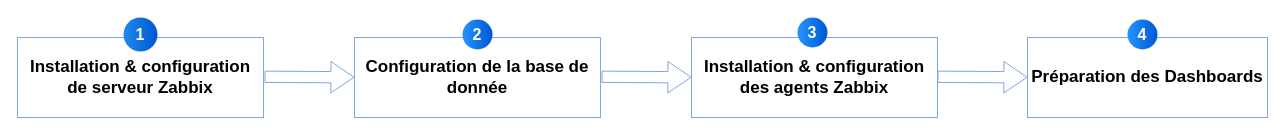
This is InstallationZabbix.drawio from eya-harbaoui/Diagramms, a draw.io file, before an edit. Source tidied: cells renumbered, new cells numbered last; positions are measured from the earlier drawing's top-left corner, leaving out a move shared by most shapes. Both pictures are drawn from the tidied source at 100%, with x=0, y=0 at pixel (17, 17).
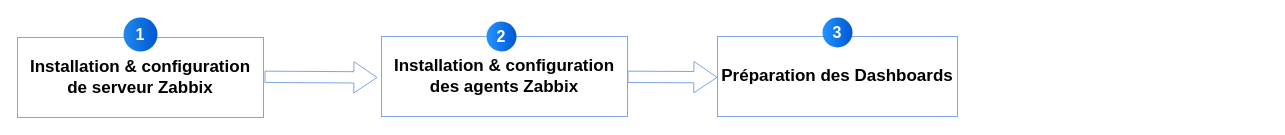
After the change.

Commit message:
Mettre à jour InstallationZabbix.drawio

The edit, as a diff of the source:
```diff
@@
 <mxGraphModel>
   <root>
     <mxCell id="0" />
     <mxCell id="1" parent="0" />
     <mxCell id="2" value="&lt;p&gt;&lt;strong&gt;&lt;font style=&quot;font-size: 17px;&quot;&gt;Installation &amp;amp; configuration de serveur Zabbix&lt;/font&gt;&lt;/strong&gt;&lt;/p&gt;" style="rounded=0;whiteSpace=wrap;html=1;strokeColor=#7EA6E0;" parent="1" vertex="1">
       <mxGeometry y="20" width="246" height="80" as="geometry" />
     </mxCell>
-    <mxCell id="3" value="&lt;p&gt;&lt;strong&gt;&lt;font style=&quot;font-size: 17px;&quot;&gt;Configuration de la base de donnée&lt;/font&gt;&lt;/strong&gt;&lt;/p&gt;" style="rounded=0;whiteSpace=wrap;html=1;strokeColor=#7EA6E0;" parent="1" vertex="1">
-      <mxGeometry x="337" y="20" width="246" height="80" as="geometry" />
-    </mxCell>
     <mxCell id="4" value="&lt;p&gt;&lt;strong&gt;&lt;font style=&quot;font-size: 17px;&quot;&gt;Installation &amp;amp; configuration des agents Zabbix&lt;/font&gt;&lt;/strong&gt;&lt;br&gt;&lt;/p&gt;" style="rounded=0;whiteSpace=wrap;html=1;strokeColor=#7EA6E0;" parent="1" vertex="1">
-      <mxGeometry x="674" y="20" width="246" height="80" as="geometry" />
+      <mxGeometry x="364" y="19" width="246" height="80" as="geometry" />
     </mxCell>
     <mxCell id="5" value="&lt;p&gt;&lt;/p&gt;&lt;ul style=&quot;forced-color-adjust: none; color: rgb(0, 0, 0); font-family: Helvetica; font-size: 12px; font-style: normal; font-variant-ligatures: normal; font-variant-caps: normal; font-weight: 400; letter-spacing: normal; orphans: 2; text-align: left; text-indent: 0px; text-transform: none; widows: 2; word-spacing: 0px; -webkit-text-stroke-width: 0px; white-space: normal; background-color: rgb(251, 251, 251); text-decoration-thickness: initial; text-decoration-style: initial; text-decoration-color: initial;&quot;&gt;&lt;/ul&gt;&lt;p&gt;&lt;/p&gt;&lt;p style=&quot;forced-color-adjust: none; color: rgb(0, 0, 0); font-family: Helvetica; font-size: 12px; font-style: normal; font-variant-ligatures: normal; font-variant-caps: normal; font-weight: 400; letter-spacing: normal; orphans: 2; text-indent: 0px; text-transform: none; widows: 2; word-spacing: 0px; -webkit-text-stroke-width: 0px; white-space: normal; background-color: rgb(251, 251, 251); text-decoration-thickness: initial; text-decoration-style: initial; text-decoration-color: initial;&quot;&gt;&lt;/p&gt;&lt;p&gt;&lt;/p&gt;&lt;p&gt;&lt;/p&gt;&lt;h3&gt;&lt;strong&gt;&lt;font style=&quot;font-size: 17px;&quot;&gt;Préparation des Dashboards&lt;/font&gt;&lt;/strong&gt;&lt;/h3&gt;" style="rounded=0;whiteSpace=wrap;html=1;strokeColor=#7EA6E0;" parent="1" vertex="1">
-      <mxGeometry x="1010" y="20" width="240" height="80" as="geometry" />
+      <mxGeometry x="700" y="19" width="240" height="80" as="geometry" />
     </mxCell>
     <mxCell id="6" value="1" style="ellipse;whiteSpace=wrap;html=1;rotation=0;gradientColor=#0057D2;strokeColor=none;gradientDirection=east;fillColor=#2089EB;rounded=0;fontFamily=Helvetica;fontSize=16;fontColor=#FFFFFF;spacingTop=4;spacingBottom=4;spacingLeft=4;spacingRight=4;fontStyle=1;" parent="1" vertex="1">
       <mxGeometry x="106" width="34" height="34" as="geometry" />
     </mxCell>
-    <mxCell id="7" value="2" style="ellipse;whiteSpace=wrap;html=1;rotation=0;gradientColor=#0057D2;strokeColor=none;gradientDirection=east;fillColor=#2395FF;rounded=0;fontFamily=Helvetica;fontSize=16;fontColor=#FFFFFF;spacingTop=4;spacingBottom=4;spacingLeft=4;spacingRight=4;fontStyle=1;" parent="1" vertex="1">
-      <mxGeometry x="445" y="2" width="30" height="30" as="geometry" />
-    </mxCell>
-    <mxCell id="8" value="3" style="ellipse;whiteSpace=wrap;html=1;rotation=0;gradientColor=#0057D2;strokeColor=none;gradientDirection=east;fillColor=#2395FF;rounded=0;fontFamily=Helvetica;fontSize=16;fontColor=#FFFFFF;spacingTop=4;spacingBottom=4;spacingLeft=4;spacingRight=4;fontStyle=1;" parent="1" vertex="1">
-      <mxGeometry x="780" width="30" height="30" as="geometry" />
+    <mxCell id="8" value="2" style="ellipse;whiteSpace=wrap;html=1;rotation=0;gradientColor=#0057D2;strokeColor=none;gradientDirection=east;fillColor=#2395FF;rounded=0;fontFamily=Helvetica;fontSize=16;fontColor=#FFFFFF;spacingTop=4;spacingBottom=4;spacingLeft=4;spacingRight=4;fontStyle=1;" parent="1" vertex="1">
+      <mxGeometry x="469" y="4" width="30" height="30" as="geometry" />
     </mxCell>
-    <mxCell id="9" value="4" style="ellipse;whiteSpace=wrap;html=1;rotation=0;gradientColor=#0057D2;strokeColor=none;gradientDirection=east;fillColor=#2395FF;rounded=0;fontFamily=Helvetica;fontSize=16;fontColor=#FFFFFF;spacingTop=4;spacingBottom=4;spacingLeft=4;spacingRight=4;fontStyle=1;" parent="1" vertex="1">
-      <mxGeometry x="1110" y="2" width="30" height="30" as="geometry" />
+    <mxCell id="9" value="3" style="ellipse;whiteSpace=wrap;html=1;rotation=0;gradientColor=#0057D2;strokeColor=none;gradientDirection=east;fillColor=#2395FF;rounded=0;fontFamily=Helvetica;fontSize=16;fontColor=#FFFFFF;spacingTop=4;spacingBottom=4;spacingLeft=4;spacingRight=4;fontStyle=1;" parent="1" vertex="1">
+      <mxGeometry x="805" width="30" height="30" as="geometry" />
     </mxCell>
     <mxCell id="10" style="shape=flexArrow;endArrow=classic;html=1;rounded=0;exitX=1;exitY=0.5;exitDx=0;exitDy=0;entryX=0;entryY=0.5;entryDx=0;entryDy=0;width=11.304347826086957;endSize=7.373913043478262;endWidth=19.054820415879018;strokeColor=#7EA6E0;" parent="1" edge="1">
       <mxGeometry relative="1" as="geometry">
-        <mxPoint x="920" y="59.3" as="sourcePoint" />
-        <mxPoint x="1010" y="59.8" as="targetPoint" />
+        <mxPoint x="610" y="59.3" as="sourcePoint" />
+        <mxPoint x="700" y="59.8" as="targetPoint" />
       </mxGeometry>
     </mxCell>
-    <mxCell id="11" style="shape=flexArrow;endArrow=classic;html=1;rounded=0;exitX=1;exitY=0.5;exitDx=0;exitDy=0;entryX=0;entryY=0.5;entryDx=0;entryDy=0;width=11.304347826086957;endSize=7.373913043478262;endWidth=19.054820415879018;strokeColor=#7EA6E0;" parent="1" edge="1">
-      <mxGeometry relative="1" as="geometry">
-        <mxPoint x="584" y="59.3" as="sourcePoint" />
-        <mxPoint x="674" y="59.8" as="targetPoint" />
-      </mxGeometry>
-    </mxCell>
-    <mxCell id="12" style="shape=flexArrow;endArrow=classic;html=1;rounded=0;exitX=1;exitY=0.5;exitDx=0;exitDy=0;entryX=0;entryY=0.5;entryDx=0;entryDy=0;width=11.304347826086957;endSize=7.373913043478262;endWidth=19.054820415879018;strokeColor=#7EA6E0;" parent="1" edge="1">
+    <mxCell id="12" style="shape=flexArrow;endArrow=classic;html=1;rounded=0;exitX=1;exitY=0.5;exitDx=0;exitDy=0;width=11.304347826086957;endSize=7.373913043478262;endWidth=19.054820415879018;strokeColor=#7EA6E0;" parent="1" edge="1">
       <mxGeometry relative="1" as="geometry">
         <mxPoint x="247" y="59.3" as="sourcePoint" />
-        <mxPoint x="337" y="59.8" as="targetPoint" />
+        <mxPoint x="360" y="60" as="targetPoint" />
       </mxGeometry>
     </mxCell>
   </root>
 </mxGraphModel>
```
